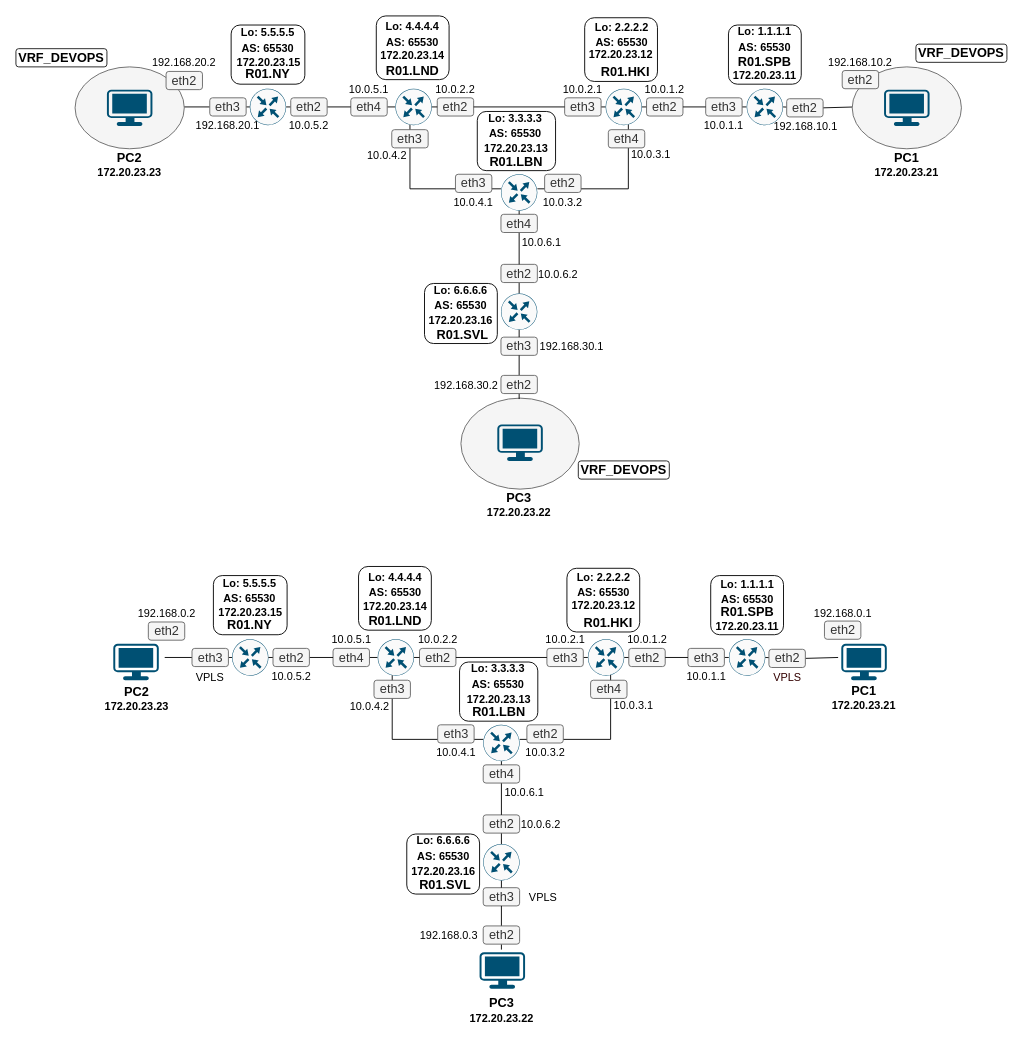
Earlier version of the draw.io diagram lab4/lab04.drawio (NadiaSob/2022_2023-introduction_in_routing-k33212-sobolevskaya_n_s). Source tidied: cells renumbered, new cells numbered last; positions are measured from the earlier drawing's top-left corner, leaving out a move shared by most shapes. Both pictures are drawn from the tidied source at 91%, with x=0, y=0 at pixel (15, 15).
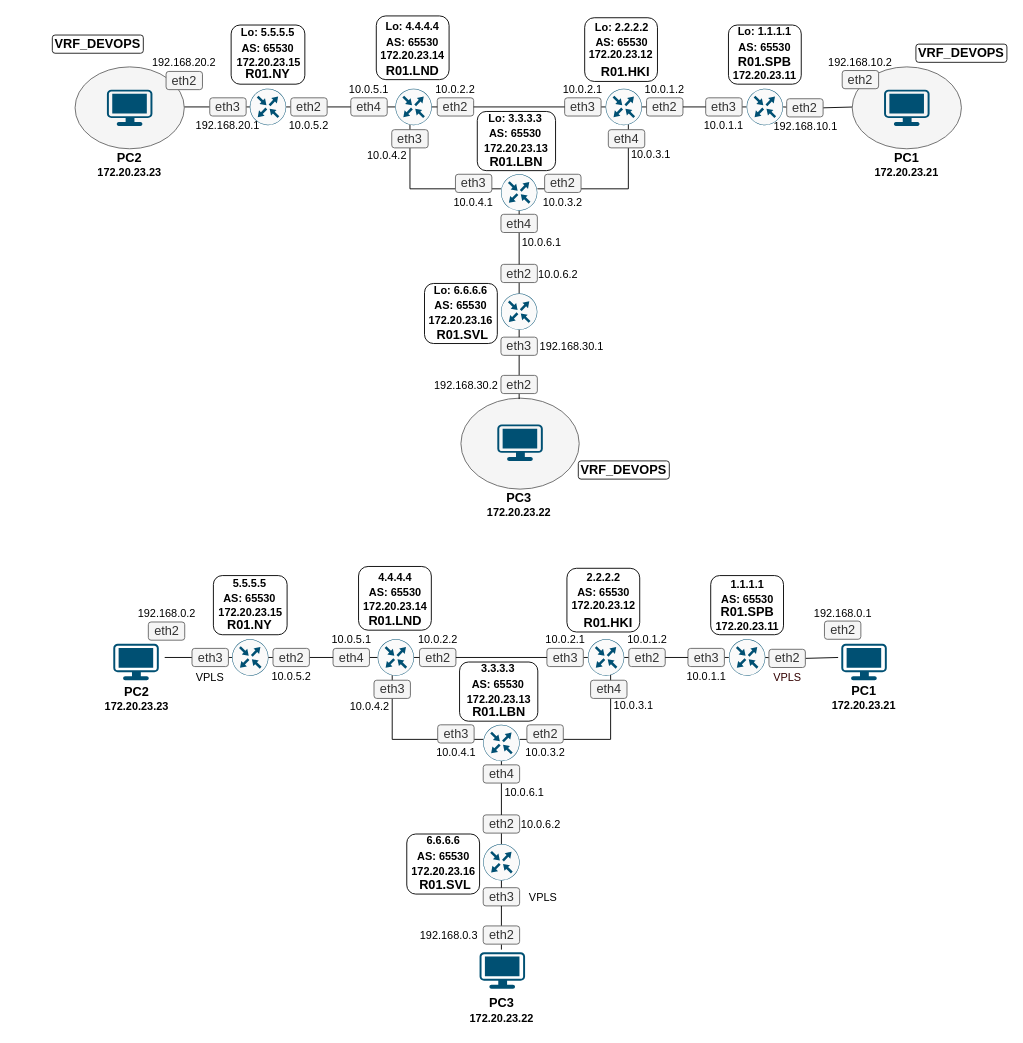
After the change.

Unchanged cells that the change refers to:
```xml
<mxCell id="170" style="group;strokeColor=default;rounded=1;" parent="1" vertex="1">
  <mxGeometry x="217" y="615" width="81" height="65" as="geometry" />
</mxCell>
<mxCell id="178" style="group;rounded=1;strokeColor=default;" parent="1" vertex="1">
  <mxGeometry x="487.5" y="710" width="86" height="65" as="geometry" />
</mxCell>
<mxCell id="182" style="group;strokeColor=default;rounded=1;" parent="1" vertex="1">
  <mxGeometry x="605.5" y="607" width="80" height="70" as="geometry" />
</mxCell>
<mxCell id="191" style="group;rounded=1;strokeColor=default;" parent="1" vertex="1">
  <mxGeometry x="429.5" y="899" width="80" height="66" as="geometry" />
</mxCell>
<mxCell id="195" style="group;strokeColor=default;rounded=1;" parent="1" vertex="1">
  <mxGeometry x="763.5" y="615" width="80" height="65" as="geometry" />
</mxCell>
```

Diff of the diagram source:
```diff
@@
     <mxCell id="67" value="&lt;span style=&quot;font-size: 14px;&quot;&gt;&lt;b&gt;VRF_DEVOPS&lt;/b&gt;&lt;/span&gt;" style="text;html=1;strokeColor=#1A1A1A;fillColor=none;align=center;verticalAlign=middle;whiteSpace=wrap;rounded=1;perimeterSpacing=0;" parent="1" vertex="1">
-      <mxGeometry y="36" width="100" height="20" as="geometry" />
+      <mxGeometry x="40" y="21" width="100" height="20" as="geometry" />
     </mxCell>
@@
-    <mxCell id="173" value="&lt;span style=&quot;font-size: 12px;&quot;&gt;&lt;b&gt;Lo: 5.5.5.5&lt;br&gt;AS: 65530&lt;br&gt;&lt;/b&gt;&lt;/span&gt;" style="text;html=1;strokeColor=none;fillColor=none;align=center;verticalAlign=middle;whiteSpace=wrap;rounded=1;fontSize=14;" parent="170" vertex="1">
+    <mxCell id="173" value="&lt;span style=&quot;font-size: 12px;&quot;&gt;&lt;b&gt;5.5.5.5&lt;br&gt;AS: 65530&lt;br&gt;&lt;/b&gt;&lt;/span&gt;" style="text;html=1;strokeColor=none;fillColor=none;align=center;verticalAlign=middle;whiteSpace=wrap;rounded=1;fontSize=14;" parent="170" vertex="1">
       <mxGeometry y="1" width="80" height="30" as="geometry" />
     </mxCell>
@@
-    <mxCell id="176" value="&lt;span style=&quot;font-size: 12px;&quot;&gt;&lt;b&gt;Lo: 4.4.4.4&lt;br&gt;AS: 65530&lt;br&gt;&lt;/b&gt;&lt;/span&gt;" style="text;html=1;strokeColor=none;fillColor=none;align=center;verticalAlign=middle;whiteSpace=wrap;rounded=0;fontSize=14;" parent="1" vertex="1">
+    <mxCell id="176" value="&lt;span style=&quot;font-size: 12px;&quot;&gt;&lt;b&gt;4.4.4.4&lt;br&gt;AS: 65530&lt;br&gt;&lt;/b&gt;&lt;/span&gt;" style="text;html=1;strokeColor=none;fillColor=none;align=center;verticalAlign=middle;whiteSpace=wrap;rounded=0;fontSize=14;" parent="1" vertex="1">
       <mxGeometry x="376.5" y="609" width="80" height="30" as="geometry" />
     </mxCell>
@@
-    <mxCell id="181" value="&lt;span style=&quot;font-size: 12px;&quot;&gt;&lt;b&gt;Lo: 3.3.3.3&lt;br&gt;AS: 65530&lt;br&gt;&lt;/b&gt;&lt;/span&gt;" style="text;html=1;strokeColor=none;fillColor=none;align=center;verticalAlign=middle;whiteSpace=wrap;rounded=0;fontSize=14;" parent="178" vertex="1">
+    <mxCell id="181" value="&lt;span style=&quot;font-size: 12px;&quot;&gt;&lt;b&gt;3.3.3.3&lt;br&gt;AS: 65530&lt;br&gt;&lt;/b&gt;&lt;/span&gt;" style="text;html=1;strokeColor=none;fillColor=none;align=center;verticalAlign=middle;whiteSpace=wrap;rounded=0;fontSize=14;" parent="178" vertex="1">
       <mxGeometry x="2" width="80" height="30" as="geometry" />
     </mxCell>
@@
-    <mxCell id="185" value="&lt;span style=&quot;font-size: 12px;&quot;&gt;&lt;b&gt;Lo: 2.2.2.2&lt;br&gt;AS: 65530&lt;br&gt;&lt;/b&gt;&lt;/span&gt;" style="text;html=1;strokeColor=none;fillColor=none;align=center;verticalAlign=middle;whiteSpace=wrap;rounded=0;fontSize=14;" parent="182" vertex="1">
+    <mxCell id="185" value="&lt;span style=&quot;font-size: 12px;&quot;&gt;&lt;b&gt;2.2.2.2&lt;br&gt;AS: 65530&lt;br&gt;&lt;/b&gt;&lt;/span&gt;" style="text;html=1;strokeColor=none;fillColor=none;align=center;verticalAlign=middle;whiteSpace=wrap;rounded=0;fontSize=14;" parent="182" vertex="1">
       <mxGeometry y="2" width="80" height="30" as="geometry" />
     </mxCell>
@@
-    <mxCell id="194" value="&lt;span style=&quot;font-size: 12px;&quot;&gt;&lt;b&gt;Lo: 6.6.6.6&lt;br&gt;AS: 65530&lt;br&gt;&lt;/b&gt;&lt;/span&gt;" style="text;html=1;strokeColor=none;fillColor=none;align=center;verticalAlign=middle;whiteSpace=wrap;rounded=0;fontSize=14;" parent="191" vertex="1">
+    <mxCell id="194" value="&lt;span style=&quot;font-size: 12px;&quot;&gt;&lt;b&gt;6.6.6.6&lt;br&gt;AS: 65530&lt;br&gt;&lt;/b&gt;&lt;/span&gt;" style="text;html=1;strokeColor=none;fillColor=none;align=center;verticalAlign=middle;whiteSpace=wrap;rounded=0;fontSize=14;" parent="191" vertex="1">
       <mxGeometry width="80" height="30" as="geometry" />
     </mxCell>
@@
-    <mxCell id="198" value="&lt;span style=&quot;font-size: 12px;&quot;&gt;&lt;b&gt;Lo: 1.1.1.1&lt;br&gt;AS: 65530&lt;br&gt;&lt;/b&gt;&lt;/span&gt;" style="text;html=1;strokeColor=none;fillColor=none;align=center;verticalAlign=middle;whiteSpace=wrap;rounded=0;fontSize=14;" parent="195" vertex="1">
+    <mxCell id="198" value="&lt;span style=&quot;font-size: 12px;&quot;&gt;&lt;b&gt;1.1.1.1&lt;br&gt;AS: 65530&lt;br&gt;&lt;/b&gt;&lt;/span&gt;" style="text;html=1;strokeColor=none;fillColor=none;align=center;verticalAlign=middle;whiteSpace=wrap;rounded=0;fontSize=14;" parent="195" vertex="1">
       <mxGeometry y="2" width="80" height="30" as="geometry" />
     </mxCell>
```
